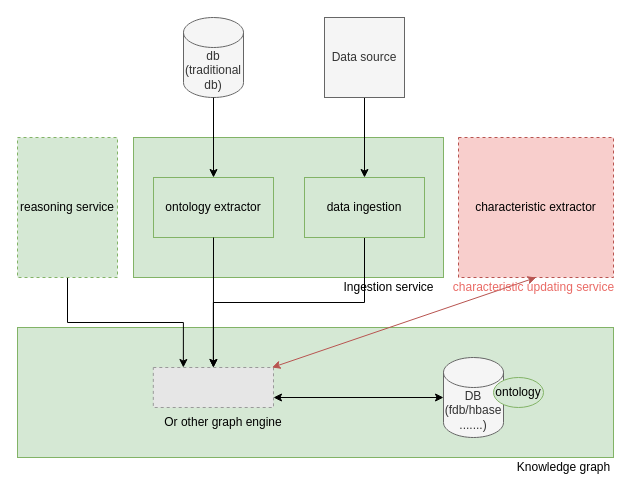
Before: assets/extraction.drawio in ganisback/draw.io, a draw.io diagram. Source tidied: cells renumbered, new cells numbered last; positions are measured from the earlier drawing's top-left corner, leaving out a move shared by most shapes. Both pictures are drawn from the tidied source at 100%, with x=0, y=0 at pixel (17, 17). Pictures stored in the file or linked from it are replaced by grey dashed boxes.
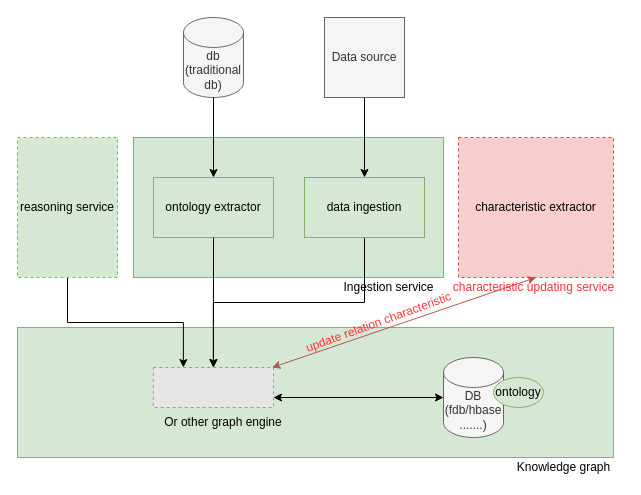
The same diagram, later.

What changed in the source:
```diff
@@
-    <mxCell id="21" value="&lt;font color=&quot;#EA6B66&quot;&gt;characteristic updating service&lt;/font&gt;" style="text;html=1;align=center;verticalAlign=middle;strokeColor=none;fillColor=none;fontSize=12;fontFamily=Helvetica;fontColor=default;" parent="1" vertex="1">
+    <mxCell id="21" value="&lt;font color=&quot;#FF3333&quot;&gt;characteristic updating service&lt;/font&gt;" style="text;html=1;align=center;verticalAlign=middle;strokeColor=none;fillColor=none;fontSize=12;fontFamily=Helvetica;fontColor=default;" parent="1" vertex="1">
       <mxGeometry x="426" y="260" width="180" height="20" as="geometry" />
     </mxCell>
@@
+    <mxCell id="24" value="&lt;font color=&quot;#FF3333&quot;&gt;update relation characteristic&lt;/font&gt;" style="text;html=1;strokeColor=none;fillColor=none;align=center;verticalAlign=middle;whiteSpace=wrap;rounded=0;dashed=1;fontFamily=Helvetica;fontSize=12;fontColor=#000000;rotation=-20;" parent="1" vertex="1">
+      <mxGeometry x="270" y="290" width="183" height="30" as="geometry" />
+    </mxCell>
```
